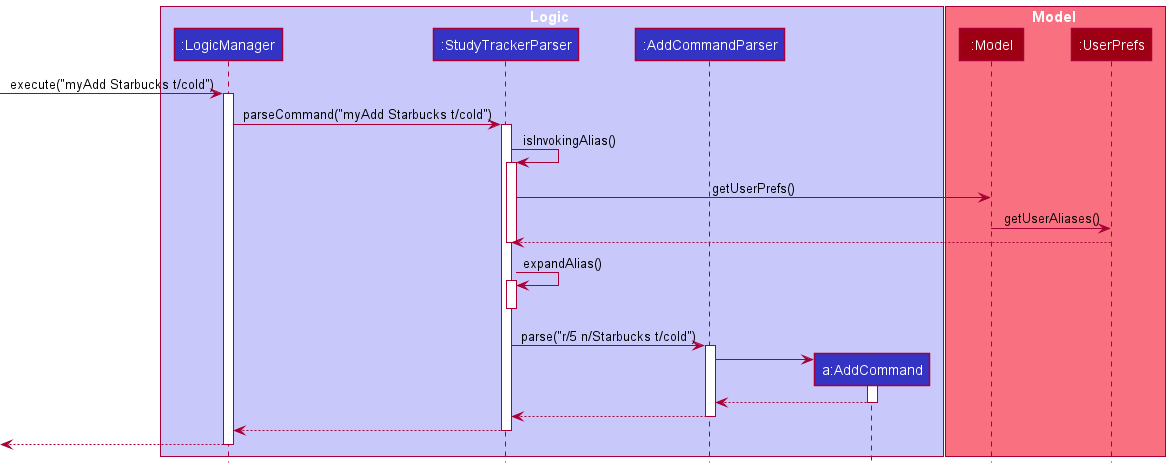
Before: docs/images/AliasSequenceDiagram.png, a diagram exported from PlantUML (ruoyann/tp).
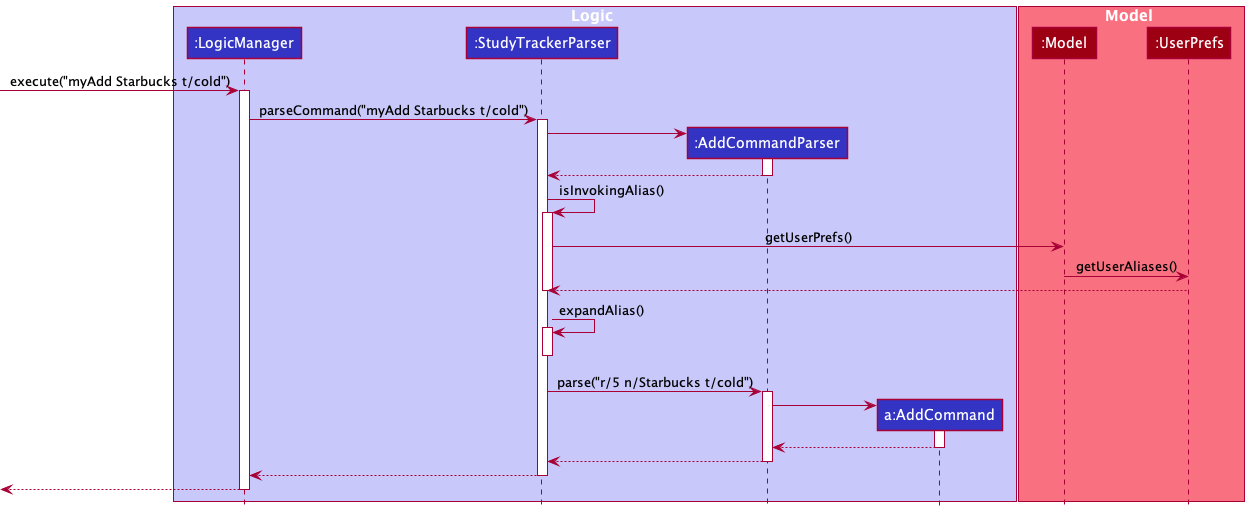
The same file after the commit.

Commit message:
Standardise use of study spots and fix diagram

Change to the diagram source:
```diff
@@ -17,6 +17,13 @@
 
 LogicManager -> StudyTrackerParser : parseCommand("myAdd Starbucks t/cold")
 activate StudyTrackerParser
+
+create AddCommandParser
+StudyTrackerParser -> AddCommandParser
+activate AddCommandParser
+
+AddCommandParser --> StudyTrackerParser
+deactivate AddCommandParser
 
 StudyTrackerParser -> StudyTrackerParser : isInvokingAlias()
 activate StudyTrackerParser
```
